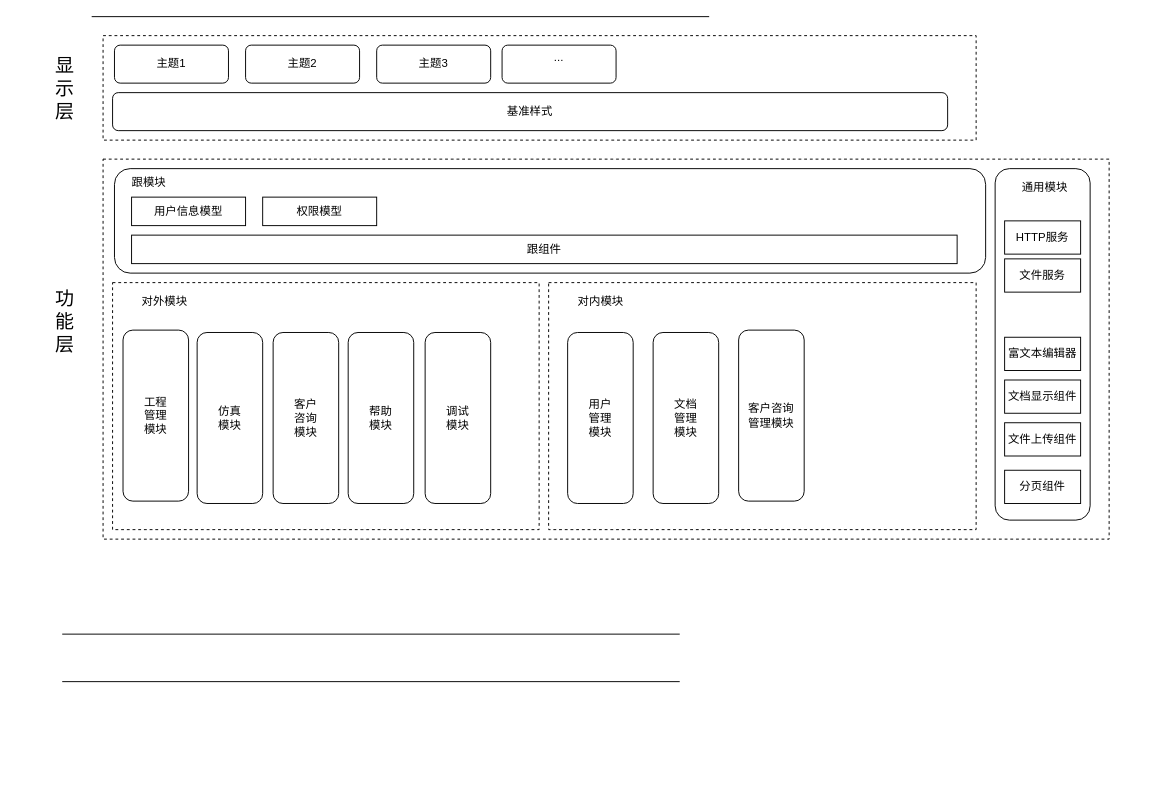
hookex/chart keeps this draw.io diagram as open-system.drawio. Above is the earlier version. Source tidied: cells renumbered, new cells numbered last; positions are measured from the earlier drawing's top-left corner, leaving out a move shared by most shapes. Both pictures are drawn from the tidied source at 95%, with x=0, y=0 at pixel (46, 16).
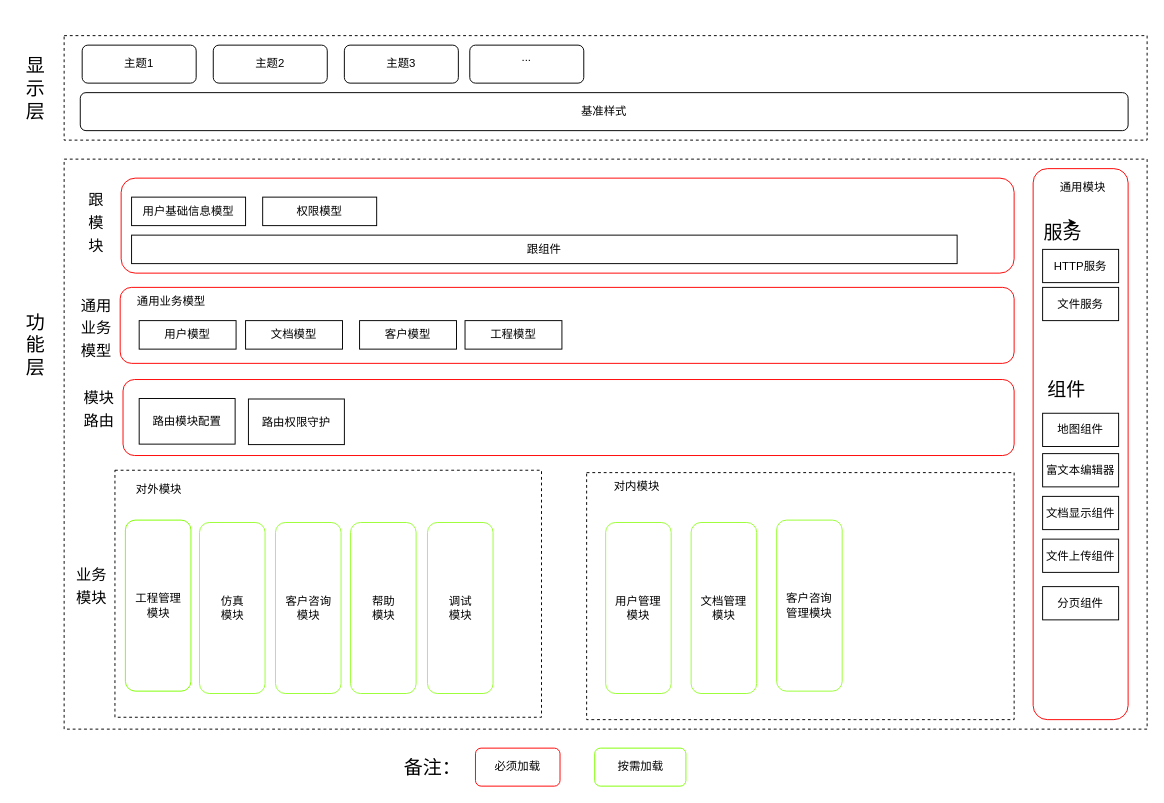
The same diagram, later.

Change to the diagram source:
```diff
@@
-    <mxCell id="2" style="endArrow=none;html=1;" parent="1" edge="1">
-      <mxGeometry relative="1" as="geometry">
-        <mxPoint x="48" as="sourcePoint" />
-        <mxPoint x="698" as="targetPoint" />
-      </mxGeometry>
-    </mxCell>
-    <mxCell id="3" style="endArrow=none;html=1;" parent="1" edge="1">
-      <mxGeometry relative="1" as="geometry">
-        <mxPoint x="17" y="650" as="sourcePoint" />
-        <mxPoint x="667" y="650" as="targetPoint" />
-      </mxGeometry>
-    </mxCell>
-    <mxCell id="4" style="endArrow=none;html=1;" parent="1" edge="1">
-      <mxGeometry relative="1" as="geometry">
-        <mxPoint x="17" y="700" as="sourcePoint" />
-        <mxPoint x="667" y="700" as="targetPoint" />
-      </mxGeometry>
-    </mxCell>
     <mxCell id="5" style="rounded=0;whiteSpace=wrap;html=1;dashed=1;" parent="1" vertex="1">
-      <mxGeometry x="60" y="20" width="919" height="110" as="geometry" />
+      <mxGeometry x="19" y="20" width="1140" height="110" as="geometry" />
     </mxCell>
     <mxCell id="6" value="显示层&lt;br style=&quot;font-size: 20px;&quot;&gt;" style="text;html=1;strokeColor=none;fillColor=none;align=center;verticalAlign=middle;whiteSpace=wrap;rounded=0;fontSize=20;" parent="1" vertex="1">
-      <mxGeometry y="65" width="40" height="20" as="geometry" />
+      <mxGeometry x="-31" y="65" width="40" height="20" as="geometry" />
     </mxCell>
     <mxCell id="7" value="基准样式&lt;br&gt;" style="rounded=1;whiteSpace=wrap;html=1;" parent="1" vertex="1">
-      <mxGeometry x="70" y="80" width="879" height="40" as="geometry" />
+      <mxGeometry x="36" y="80" width="1103" height="40" as="geometry" />
     </mxCell>
     <mxCell id="8" value="主题1&lt;br&gt;" style="rounded=1;whiteSpace=wrap;html=1;" parent="1" vertex="1">
-      <mxGeometry x="72" y="30" width="120" height="40" as="geometry" />
+      <mxGeometry x="38" y="30" width="120" height="40" as="geometry" />
     </mxCell>
     <mxCell id="9" value="主题2" style="rounded=1;whiteSpace=wrap;html=1;" parent="1" vertex="1">
-      <mxGeometry x="210" y="30" width="120" height="40" as="geometry" />
+      <mxGeometry x="176" y="30" width="120" height="40" as="geometry" />
     </mxCell>
     <mxCell id="10" value="主题3&lt;br&gt;" style="rounded=1;whiteSpace=wrap;html=1;" parent="1" vertex="1">
-      <mxGeometry x="348" y="30" width="120" height="40" as="geometry" />
+      <mxGeometry x="314" y="30" width="120" height="40" as="geometry" />
     </mxCell>
     <mxCell id="11" value="...&lt;br&gt;&lt;br&gt;" style="rounded=1;whiteSpace=wrap;html=1;" parent="1" vertex="1">
-      <mxGeometry x="480" y="30" width="120" height="40" as="geometry" />
+      <mxGeometry x="446" y="30" width="120" height="40" as="geometry" />
     </mxCell>
     <mxCell id="12" style="rounded=0;whiteSpace=wrap;html=1;dashed=1;" parent="1" vertex="1">
-      <mxGeometry x="60" y="150" width="1059" height="400" as="geometry" />
+      <mxGeometry x="19" y="150" width="1140" height="600" as="geometry" />
     </mxCell>
-    <mxCell id="13" style="rounded=1;whiteSpace=wrap;html=1;" parent="1" vertex="1">
-      <mxGeometry x="72" y="160" width="917" height="110" as="geometry" />
+    <mxCell id="13" style="rounded=1;whiteSpace=wrap;html=1;strokeColor=#FF0000;" parent="1" vertex="1">
+      <mxGeometry x="79" y="170" width="940" height="100" as="geometry" />
     </mxCell>
-    <mxCell id="14" style="rounded=1;whiteSpace=wrap;html=1;" parent="1" vertex="1">
-      <mxGeometry x="999" y="160" width="100" height="370" as="geometry" />
+    <mxCell id="14" style="rounded=1;whiteSpace=wrap;html=1;strokeColor=#FF0000;" parent="1" vertex="1">
+      <mxGeometry x="1039" y="160" width="100" height="580" as="geometry" />
     </mxCell>
     <mxCell id="15" style="rounded=0;whiteSpace=wrap;html=1;dashed=1;" parent="1" vertex="1">
-      <mxGeometry x="70" y="280" width="449" height="260" as="geometry" />
+      <mxGeometry x="72.5" y="477.5" width="449" height="260" as="geometry" />
     </mxCell>
     <mxCell id="16" style="rounded=0;whiteSpace=wrap;html=1;dashed=1;" parent="1" vertex="1">
-      <mxGeometry x="529" y="280" width="450" height="260" as="geometry" />
+      <mxGeometry x="569" y="480" width="450" height="260" as="geometry" />
     </mxCell>
     <mxCell id="17" value="对外模块" style="text;html=1;strokeColor=none;fillColor=none;align=center;verticalAlign=middle;whiteSpace=wrap;rounded=0;" parent="1" vertex="1">
-      <mxGeometry x="90" y="290" width="70" height="20" as="geometry" />
+      <mxGeometry x="83.5" y="487.5" width="70" height="20" as="geometry" />
     </mxCell>
     <mxCell id="18" value="对内模块" style="text;html=1;strokeColor=none;fillColor=none;align=center;verticalAlign=middle;whiteSpace=wrap;rounded=0;" parent="1" vertex="1">
-      <mxGeometry x="549" y="290" width="70" height="20" as="geometry" />
+      <mxGeometry x="587" y="485" width="70" height="20" as="geometry" />
     </mxCell>
     <mxCell id="19" value="通用模块" style="text;html=1;strokeColor=none;fillColor=none;align=center;verticalAlign=middle;whiteSpace=wrap;rounded=0;" parent="1" vertex="1">
-      <mxGeometry x="1019" y="170" width="65" height="20" as="geometry" />
+      <mxGeometry x="1059" y="170" width="65" height="20" as="geometry" />
     </mxCell>
     <mxCell id="20" value="功能层&lt;br style=&quot;font-size: 20px;&quot;&gt;" style="text;html=1;strokeColor=none;fillColor=none;align=center;verticalAlign=middle;whiteSpace=wrap;rounded=0;fontSize=20;" parent="1" vertex="1">
-      <mxGeometry y="310" width="40" height="20" as="geometry" />
+      <mxGeometry x="-31" y="335" width="40" height="20" as="geometry" />
     </mxCell>
     <mxCell id="21" value="HTTP服务" style="rounded=0;whiteSpace=wrap;html=1;" parent="1" vertex="1">
-      <mxGeometry x="1009" y="215" width="80" height="35" as="geometry" />
+      <mxGeometry x="1049" y="245" width="80" height="35" as="geometry" />
     </mxCell>
     <mxCell id="22" value="富文本编辑器" style="rounded=0;whiteSpace=wrap;html=1;" parent="1" vertex="1">
-      <mxGeometry x="1009" y="337.5" width="80" height="35" as="geometry" />
+      <mxGeometry x="1049" y="460" width="80" height="35" as="geometry" />
     </mxCell>
     <mxCell id="23" value="文档显示组件" style="rounded=0;whiteSpace=wrap;html=1;" parent="1" vertex="1">
-      <mxGeometry x="1009" y="382.5" width="80" height="35" as="geometry" />
+      <mxGeometry x="1049" y="505" width="80" height="35" as="geometry" />
     </mxCell>
     <mxCell id="24" value="文件上传组件" style="rounded=0;whiteSpace=wrap;html=1;" parent="1" vertex="1">
-      <mxGeometry x="1009" y="427.5" width="80" height="35" as="geometry" />
+      <mxGeometry x="1049" y="550" width="80" height="35" as="geometry" />
     </mxCell>
     <mxCell id="25" value="分页组件" style="rounded=0;whiteSpace=wrap;html=1;" parent="1" vertex="1">
-      <mxGeometry x="1009" y="477.5" width="80" height="35" as="geometry" />
+      <mxGeometry x="1049" y="600" width="80" height="35" as="geometry" />
     </mxCell>
-    <mxCell id="26" value="用户信息模型" style="rounded=0;whiteSpace=wrap;html=1;" parent="1" vertex="1">
+    <mxCell id="26" value="用户基础信息模型" style="rounded=0;whiteSpace=wrap;html=1;" parent="1" vertex="1">
       <mxGeometry x="90" y="190" width="120" height="30" as="geometry" />
     </mxCell>
@@
-    <mxCell id="28" value="跟模块" style="text;html=1;strokeColor=none;fillColor=none;align=center;verticalAlign=middle;whiteSpace=wrap;rounded=0;" parent="1" vertex="1">
-      <mxGeometry x="79" y="165" width="59" height="20" as="geometry" />
-    </mxCell>
@@
-    <mxCell id="30" value="工程&lt;br&gt;管理&lt;br&gt;模块" style="rounded=1;whiteSpace=wrap;html=1;" parent="1" vertex="1">
-      <mxGeometry x="81" y="330" width="69" height="180" as="geometry" />
+    <mxCell id="30" value="工程管理&lt;br&gt;模块" style="rounded=1;whiteSpace=wrap;html=1;strokeColor=#80FF00;" parent="1" vertex="1">
+      <mxGeometry x="83.5" y="530" width="69" height="180" as="geometry" />
     </mxCell>
-    <mxCell id="31" value="仿真&lt;br&gt;模块" style="rounded=1;whiteSpace=wrap;html=1;" parent="1" vertex="1">
-      <mxGeometry x="159" y="332.5" width="69" height="180" as="geometry" />
+    <mxCell id="31" value="仿真&lt;br&gt;模块" style="rounded=1;whiteSpace=wrap;html=1;strokeColor=#99FF33;" parent="1" vertex="1">
+      <mxGeometry x="161.5" y="532.5" width="69" height="180" as="geometry" />
     </mxCell>
-    <mxCell id="32" value="客户&lt;br&gt;咨询&lt;br&gt;模块" style="rounded=1;whiteSpace=wrap;html=1;" parent="1" vertex="1">
-      <mxGeometry x="239" y="332.5" width="69" height="180" as="geometry" />
+    <mxCell id="32" value="客户咨询&lt;br&gt;模块" style="rounded=1;whiteSpace=wrap;html=1;strokeColor=#99FF33;" parent="1" vertex="1">
+      <mxGeometry x="241.5" y="532.5" width="69" height="180" as="geometry" />
     </mxCell>
-    <mxCell id="33" value="用户&lt;br&gt;管理&lt;br&gt;模块" style="rounded=1;whiteSpace=wrap;html=1;" parent="1" vertex="1">
-      <mxGeometry x="549" y="332.5" width="69" height="180" as="geometry" />
+    <mxCell id="33" value="用户管理&lt;br&gt;模块" style="rounded=1;whiteSpace=wrap;html=1;strokeColor=#99FF33;" parent="1" vertex="1">
+      <mxGeometry x="589" y="532.5" width="69" height="180" as="geometry" />
     </mxCell>
-    <mxCell id="34" value="文档&lt;br&gt;管理&lt;br&gt;模块" style="rounded=1;whiteSpace=wrap;html=1;" parent="1" vertex="1">
-      <mxGeometry x="639" y="332.5" width="69" height="180" as="geometry" />
+    <mxCell id="34" value="文档管理&lt;br&gt;模块" style="rounded=1;whiteSpace=wrap;html=1;strokeColor=#99FF33;" parent="1" vertex="1">
+      <mxGeometry x="679" y="532.5" width="69" height="180" as="geometry" />
     </mxCell>
-    <mxCell id="35" value="客户咨询&lt;br&gt;管理模块" style="rounded=1;whiteSpace=wrap;html=1;" parent="1" vertex="1">
-      <mxGeometry x="729" y="330" width="69" height="180" as="geometry" />
+    <mxCell id="35" value="客户咨询&lt;br&gt;管理模块" style="rounded=1;whiteSpace=wrap;html=1;strokeColor=#99FF33;" parent="1" vertex="1">
+      <mxGeometry x="769" y="530" width="69" height="180" as="geometry" />
     </mxCell>
-    <mxCell id="36" value="帮助&lt;br&gt;模块" style="rounded=1;whiteSpace=wrap;html=1;" parent="1" vertex="1">
-      <mxGeometry x="318" y="332.5" width="69" height="180" as="geometry" />
+    <mxCell id="36" value="帮助&lt;br&gt;模块" style="rounded=1;whiteSpace=wrap;html=1;strokeColor=#99FF33;" parent="1" vertex="1">
+      <mxGeometry x="320.5" y="532.5" width="69" height="180" as="geometry" />
     </mxCell>
-    <mxCell id="37" value="调试&lt;br&gt;模块&lt;br&gt;" style="rounded=1;whiteSpace=wrap;html=1;" parent="1" vertex="1">
-      <mxGeometry x="399" y="332.5" width="69" height="180" as="geometry" />
+    <mxCell id="37" value="调试&lt;br&gt;模块&lt;br&gt;" style="rounded=1;whiteSpace=wrap;html=1;strokeColor=#99FF33;" parent="1" vertex="1">
+      <mxGeometry x="401.5" y="532.5" width="69" height="180" as="geometry" />
     </mxCell>
     <mxCell id="38" value="文件服务" style="rounded=0;whiteSpace=wrap;html=1;" parent="1" vertex="1">
-      <mxGeometry x="1009" y="255" width="80" height="35" as="geometry" />
+      <mxGeometry x="1049" y="285" width="80" height="35" as="geometry" />
     </mxCell>
+    <mxCell id="39" style="rounded=1;whiteSpace=wrap;html=1;strokeColor=#FF0000;" parent="1" vertex="1">
+      <mxGeometry x="78" y="285" width="941" height="80" as="geometry" />
+    </mxCell>
+    <mxCell id="40" value="地图组件" style="rounded=0;whiteSpace=wrap;html=1;" parent="1" vertex="1">
+      <mxGeometry x="1049" y="417.5" width="80" height="35" as="geometry" />
+    </mxCell>
+    <mxCell id="41" value="通用业务模型" style="text;html=1;strokeColor=none;fillColor=none;align=center;verticalAlign=middle;whiteSpace=wrap;rounded=0;" parent="1" vertex="1">
+      <mxGeometry x="86" y="290" width="92" height="20" as="geometry" />
+    </mxCell>
+    <mxCell id="42" value="用户模型&lt;br&gt;" style="rounded=0;whiteSpace=wrap;html=1;" parent="1" vertex="1">
+      <mxGeometry x="98" y="320" width="102" height="30" as="geometry" />
+    </mxCell>
+    <mxCell id="43" value="文档模型" style="rounded=0;whiteSpace=wrap;html=1;" parent="1" vertex="1">
+      <mxGeometry x="210" y="320" width="102" height="30" as="geometry" />
+    </mxCell>
+    <mxCell id="44" value="客户模型" style="rounded=0;whiteSpace=wrap;html=1;" parent="1" vertex="1">
+      <mxGeometry x="330" y="320" width="102" height="30" as="geometry" />
+    </mxCell>
+    <mxCell id="45" value="工程模型" style="rounded=0;whiteSpace=wrap;html=1;" parent="1" vertex="1">
+      <mxGeometry x="441" y="320" width="102" height="30" as="geometry" />
+    </mxCell>
+    <mxCell id="46" value="&lt;font style=&quot;font-size: 16px&quot;&gt;跟&lt;br&gt;模&lt;br&gt;块&lt;/font&gt;" style="text;html=1;fontSize=20;" parent="1" vertex="1">
+      <mxGeometry x="42.5" y="173" width="25" height="87" as="geometry" />
+    </mxCell>
+    <mxCell id="47" value="&lt;span style=&quot;font-size: 16px&quot;&gt;通用&lt;br&gt;业务&lt;br&gt;模型&lt;/span&gt;" style="text;html=1;fontSize=20;" parent="1" vertex="1">
+      <mxGeometry x="35" y="284" width="25" height="87" as="geometry" />
+    </mxCell>
+    <mxCell id="48" value="&lt;span style=&quot;font-size: 16px&quot;&gt;业务&lt;br&gt;模块&lt;/span&gt;&lt;br&gt;" style="text;html=1;fontSize=20;" parent="1" vertex="1">
+      <mxGeometry x="30" y="568" width="25" height="87" as="geometry" />
+    </mxCell>
+    <mxCell id="49" value="按需加载" style="rounded=1;whiteSpace=wrap;html=1;strokeColor=#80FF00;" parent="1" vertex="1">
+      <mxGeometry x="577.5" y="770" width="96" height="40" as="geometry" />
+    </mxCell>
+    <mxCell id="50" value="必须加载" style="rounded=1;whiteSpace=wrap;html=1;strokeColor=#FF0000;" parent="1" vertex="1">
+      <mxGeometry x="452" y="770" width="89" height="40" as="geometry" />
+    </mxCell>
+    <mxCell id="51" value="备注：" style="text;html=1;strokeColor=none;fillColor=none;align=center;verticalAlign=middle;whiteSpace=wrap;rounded=0;fontSize=20;" parent="1" vertex="1">
+      <mxGeometry x="362" y="780" width="90" height="20" as="geometry" />
+    </mxCell>
+    <mxCell id="52" style="rounded=1;whiteSpace=wrap;html=1;strokeColor=#FF0000;" parent="1" vertex="1">
+      <mxGeometry x="81" y="382" width="938" height="80" as="geometry" />
+    </mxCell>
+    <mxCell id="53" value="&lt;span style=&quot;font-size: 16px&quot;&gt;模块&lt;br&gt;路由&lt;/span&gt;&lt;br&gt;" style="text;html=1;fontSize=20;" parent="1" vertex="1">
+      <mxGeometry x="38" y="381" width="25" height="87" as="geometry" />
+    </mxCell>
+    <mxCell id="54" value="服务" style="text;html=1;strokeColor=none;fillColor=none;align=center;verticalAlign=middle;whiteSpace=wrap;rounded=0;fontSize=20;" parent="1" vertex="1">
+      <mxGeometry x="1042" y="217" width="57" height="20" as="geometry" />
+    </mxCell>
+    <mxCell id="55" value="组件" style="text;html=1;strokeColor=none;fillColor=none;align=center;verticalAlign=middle;whiteSpace=wrap;rounded=0;fontSize=20;" parent="1" vertex="1">
+      <mxGeometry x="1046" y="382" width="57" height="20" as="geometry" />
+    </mxCell>
+    <mxCell id="56" style="edgeStyle=orthogonalEdgeStyle;rounded=0;orthogonalLoop=1;jettySize=auto;html=1;exitX=0.5;exitY=0;exitDx=0;exitDy=0;entryX=0.75;entryY=0;entryDx=0;entryDy=0;fontSize=20;" parent="1" edge="1" source="54" target="54">
+      <mxGeometry relative="1" as="geometry" />
+    </mxCell>
+    <mxCell id="57" value="路由模块配置" style="rounded=0;whiteSpace=wrap;html=1;strokeWidth=1;" parent="1" vertex="1">
+      <mxGeometry x="98" y="402" width="101" height="48" as="geometry" />
+    </mxCell>
+    <mxCell id="58" value="路由权限守护" style="rounded=0;whiteSpace=wrap;html=1;strokeWidth=1;" parent="1" vertex="1">
+      <mxGeometry x="213" y="402.5" width="101" height="48" as="geometry" />
+    </mxCell>
```
